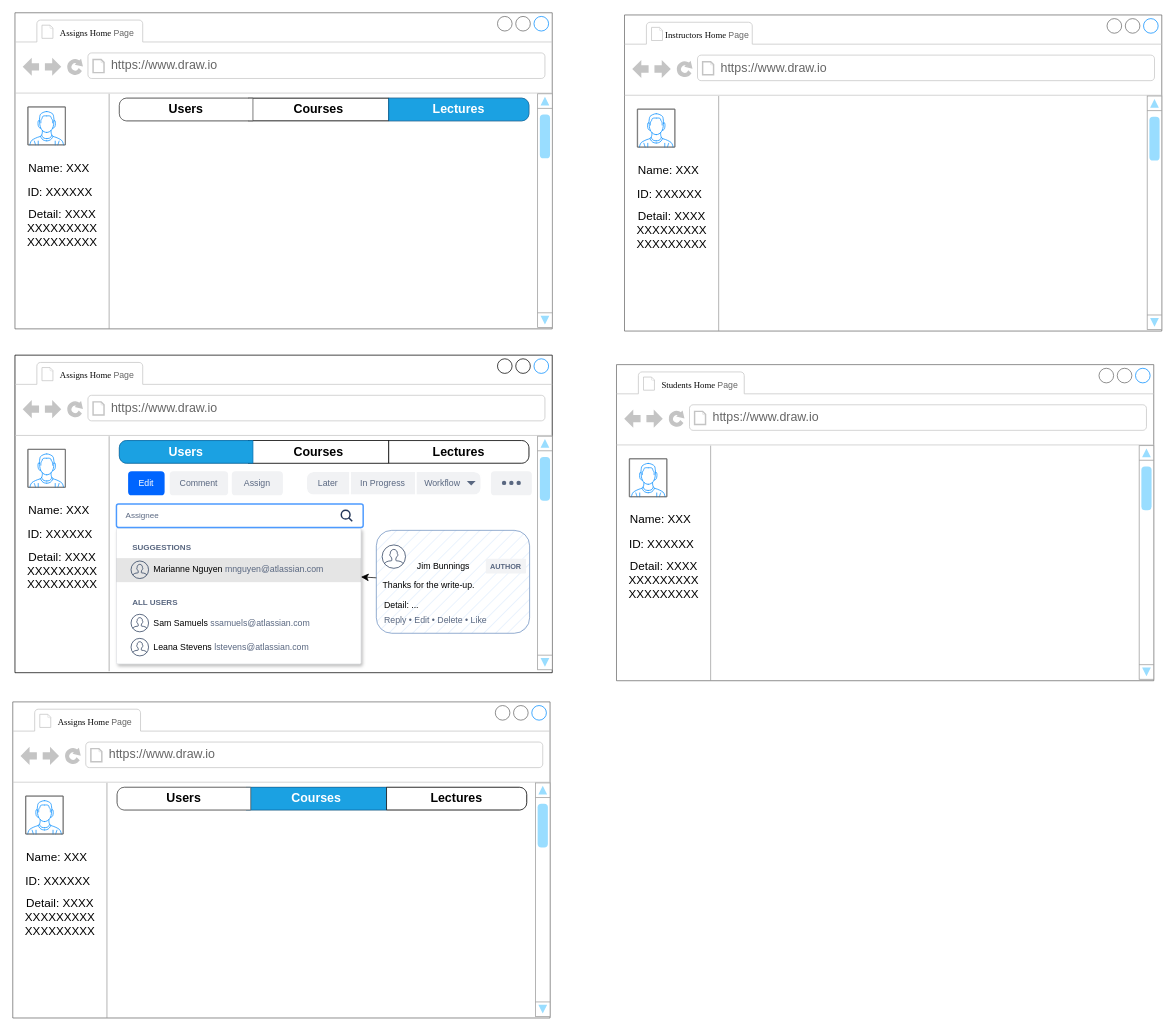
Earlier version of the draw.io diagram CW1-Assigns.drawio (Echo-xin/Echo-xin). Source tidied: cells renumbered, new cells numbered last; positions are measured from the earlier drawing's top-left corner, leaving out a move shared by most shapes. Both pictures are drawn from the tidied source at 73%, with x=0, y=0 at pixel (12, 12).
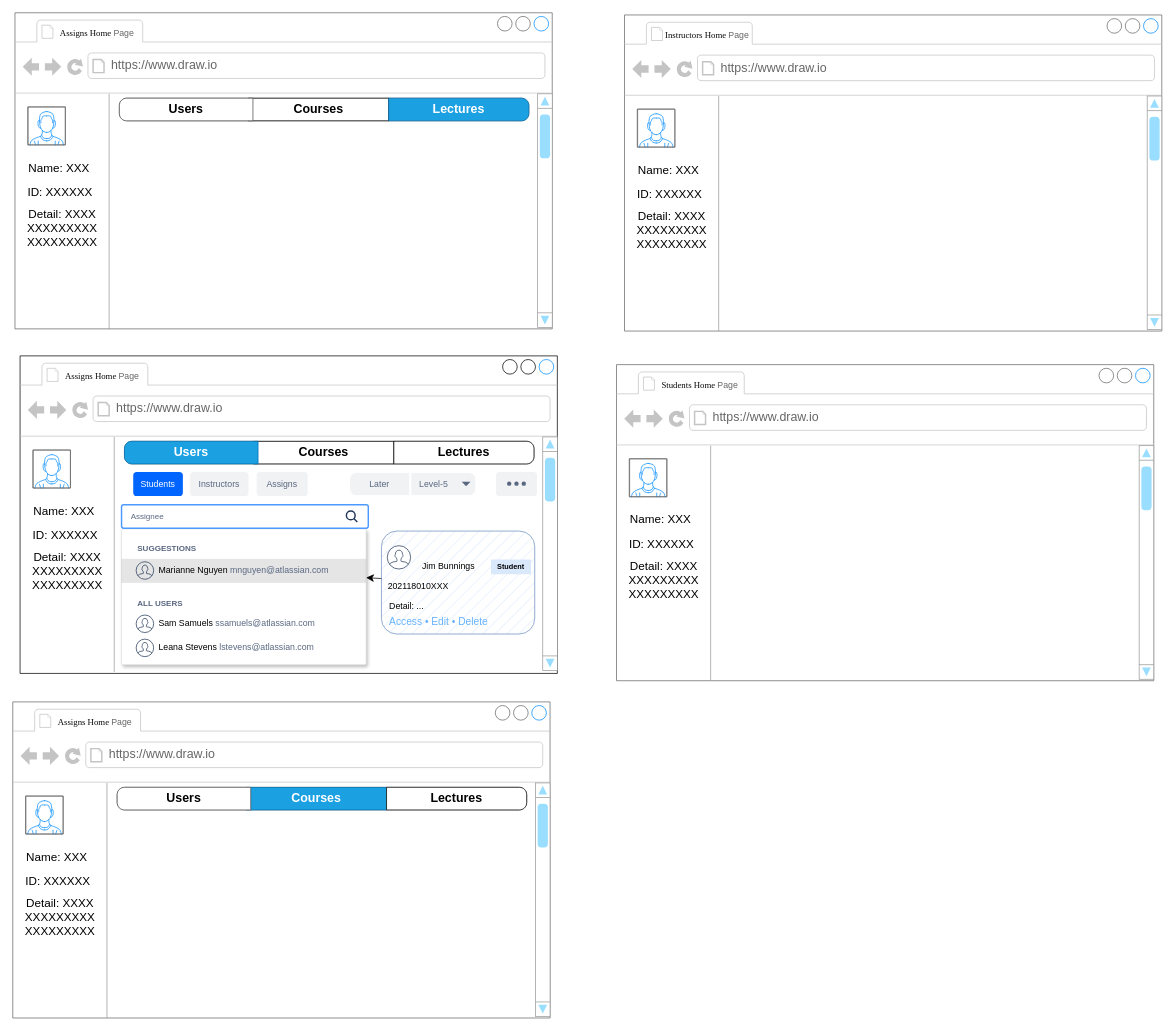
After the change.

The edit, as a diff of the source:
```diff
@@
     <mxCell id="33" style="strokeWidth=1;shadow=0;dashed=0;align=center;html=1;shape=mxgraph.mockup.containers.browserWindow;rSize=0;strokeColor2=#008cff;strokeColor3=#c4c4c4;mainText=,;" parent="1" vertex="1">
-      <mxGeometry x="3" y="469" width="736" height="435" as="geometry" />
+      <mxGeometry x="10" y="470" width="736" height="435" as="geometry" />
     </mxCell>
@@
-    <mxCell id="49" value="AUTHOR" style="rounded=1;arcSize=5;fillColor=#F2F3F5;strokeColor=none;fontColor=#596780;align=center;verticalAlign=middle;whiteSpace=wrap;fontSize=10;fontStyle=1;html=1;" parent="33" vertex="1">
+    <mxCell id="49" value="Student" style="rounded=1;arcSize=5;fillColor=#dae8fc;strokeColor=none;align=center;verticalAlign=middle;whiteSpace=wrap;fontSize=10;fontStyle=1;html=1;" parent="33" vertex="1">
       <mxGeometry x="645" y="279" width="55" height="20" as="geometry" />
     </mxCell>
-    <mxCell id="50" value="Thanks for the write-up." style="html=1;fillColor=none;strokeColor=none;fontSize=12;align=left;fontColor=#000000;whiteSpace=wrap;" parent="33" vertex="1">
+    <mxCell id="50" value="202118010XXX" style="html=1;fillColor=none;strokeColor=none;fontSize=12;align=left;fontColor=#000000;whiteSpace=wrap;" parent="33" vertex="1">
       <mxGeometry x="502" y="306" width="240" height="20" as="geometry" />
     </mxCell>
@@
-    <mxCell id="52" value="Reply &amp;#8226; Edit &amp;#8226; Delete &amp;#8226; Like" style="html=1;fillColor=none;strokeColor=none;fontSize=12;align=left;fontColor=#596780;whiteSpace=wrap;" parent="33" vertex="1">
+    <mxCell id="52" value="&lt;font color=&quot;#66b2ff&quot; style=&quot;font-size: 14px;&quot;&gt;&lt;font face=&quot;Helvetica&quot; style=&quot;font-size: 14px;&quot;&gt;A&lt;span style=&quot;background-color: initial;&quot;&gt;ccess&lt;/span&gt;&amp;nbsp;•&amp;nbsp;Edit •&amp;nbsp;&lt;span style=&quot;background-color: initial;&quot;&gt;Delete&lt;/span&gt;&lt;/font&gt;&lt;span style=&quot;background-color: initial;&quot;&gt;&amp;nbsp;&lt;/span&gt;&lt;/font&gt;" style="html=1;fillColor=none;strokeColor=none;fontSize=12;align=left;fontColor=#596780;whiteSpace=wrap;" parent="33" vertex="1">
       <mxGeometry x="504" y="354" width="240" height="20" as="geometry" />
     </mxCell>
@@
     <mxCell id="58" style="strokeWidth=1;shadow=0;dashed=0;align=center;html=1;shape=mxgraph.mockup.rrect;rSize=10;fillColor=#F1F2F4;strokeColor=#ffffff;strokeWidth=2;" parent="33" vertex="1">
-      <mxGeometry x="399" y="159" width="240" height="33" as="geometry" />
+      <mxGeometry x="451" y="159" width="174" height="33" as="geometry" />
     </mxCell>
-    <mxCell id="59" value="In Progress" style="strokeWidth=1;shadow=0;dashed=0;align=center;html=1;shape=mxgraph.mockup.rrect;rSize=0;fontSize=12;fontColor=#596780;fontStyle=0;fillColor=none;strokeColor=#ffffff;strokeWidth=2;whiteSpace=wrap;" parent="58" vertex="1">
-      <mxGeometry width="90" height="33" relative="1" as="geometry">
-        <mxPoint x="60" as="offset" />
-      </mxGeometry>
-    </mxCell>
-    <mxCell id="60" value="Workflow" style="strokeWidth=1;shadow=0;dashed=0;align=left;html=1;shape=mxgraph.mockup.rightButton;rSize=10;fontSize=12;fontColor=#596780;fontStyle=0;fillColor=none;strokeColor=#ffffff;strokeWidth=2;spacingLeft=10;whiteSpace=wrap;" parent="58" vertex="1">
+    <mxCell id="60" value="Level-5" style="strokeWidth=1;shadow=0;dashed=0;align=left;html=1;shape=mxgraph.mockup.rightButton;rSize=10;fontSize=12;fontColor=#596780;fontStyle=0;fillColor=none;strokeColor=#ffffff;strokeWidth=2;spacingLeft=10;whiteSpace=wrap;" parent="58" vertex="1">
       <mxGeometry x="1" width="90" height="33" relative="1" as="geometry">
         <mxPoint x="-90" as="offset" />
       </mxGeometry>
     </mxCell>
@@
     <mxCell id="62" value="Later" style="strokeWidth=1;shadow=0;dashed=0;align=center;html=1;shape=mxgraph.mockup.leftButton;rSize=10;fontSize=12;fontColor=#596780;fontStyle=0;fillColor=none;strokeColor=#ffffff;strokeWidth=2;whiteSpace=wrap;" parent="58" vertex="1">
-      <mxGeometry width="60" height="33" relative="1" as="geometry" />
+      <mxGeometry width="83" height="33" relative="1" as="geometry" />
     </mxCell>
-    <mxCell id="63" value="Assign" style="rounded=1;fillColor=#F1F2F4;align=center;strokeColor=none;html=1;fontColor=#596780;fontSize=12;whiteSpace=wrap;" parent="33" vertex="1">
-      <mxGeometry x="297" y="159" width="70" height="33" as="geometry" />
+    <mxCell id="63" value="Assigns" style="rounded=1;fillColor=#F1F2F4;align=center;strokeColor=none;html=1;fontColor=#596780;fontSize=12;whiteSpace=wrap;" parent="33" vertex="1">
+      <mxGeometry x="324" y="159" width="70" height="33" as="geometry" />
     </mxCell>
-    <mxCell id="64" value="Comment" style="rounded=1;fillColor=#F1F2F4;align=center;strokeColor=none;html=1;fontColor=#596780;fontSize=12;whiteSpace=wrap;" parent="33" vertex="1">
-      <mxGeometry x="212" y="159" width="80" height="33" as="geometry" />
+    <mxCell id="64" value="Instructors" style="rounded=1;fillColor=#F1F2F4;align=center;strokeColor=none;html=1;fontColor=#596780;fontSize=12;whiteSpace=wrap;" parent="33" vertex="1">
+      <mxGeometry x="233" y="159" width="80" height="33" as="geometry" />
     </mxCell>
-    <mxCell id="65" value="Edit" style="rounded=1;fillColor=#0065FF;align=center;strokeColor=none;html=1;fontColor=#ffffff;fontSize=12;whiteSpace=wrap;" parent="33" vertex="1">
-      <mxGeometry x="155" y="159" width="50" height="33" as="geometry" />
+    <mxCell id="65" value="Students" style="rounded=1;fillColor=#0065FF;align=center;strokeColor=none;html=1;fontColor=#ffffff;fontSize=12;whiteSpace=wrap;" parent="33" vertex="1">
+      <mxGeometry x="155" y="159" width="68" height="33" as="geometry" />
     </mxCell>
```
